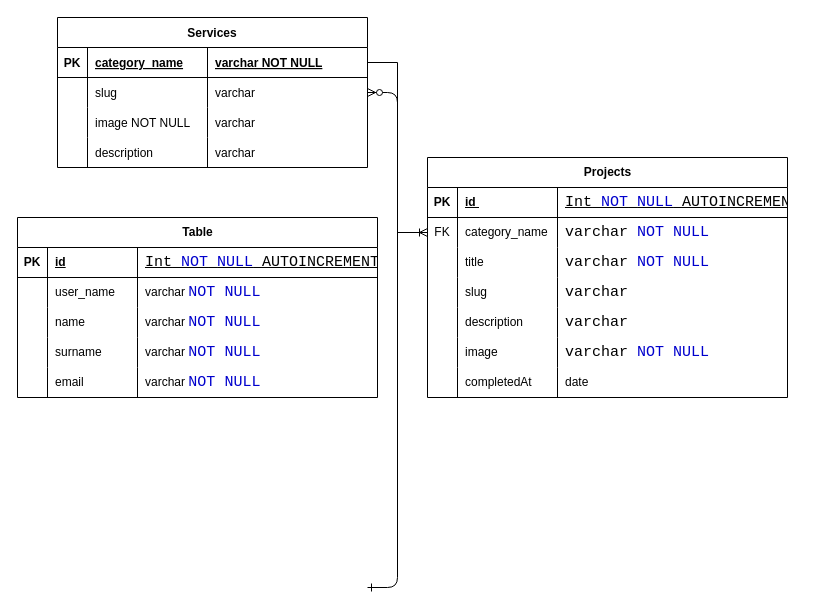
ShifterNathan/consulper_uy_remastered keeps this draw.io diagram as backend/Untitled Diagram.drawio. Above is the earlier version. Source tidied: cells renumbered, new cells numbered last; positions are measured from the earlier drawing's top-left corner, leaving out a move shared by most shapes. Both pictures are drawn from the tidied source at 100%, with x=0, y=0 at pixel (17, 17).
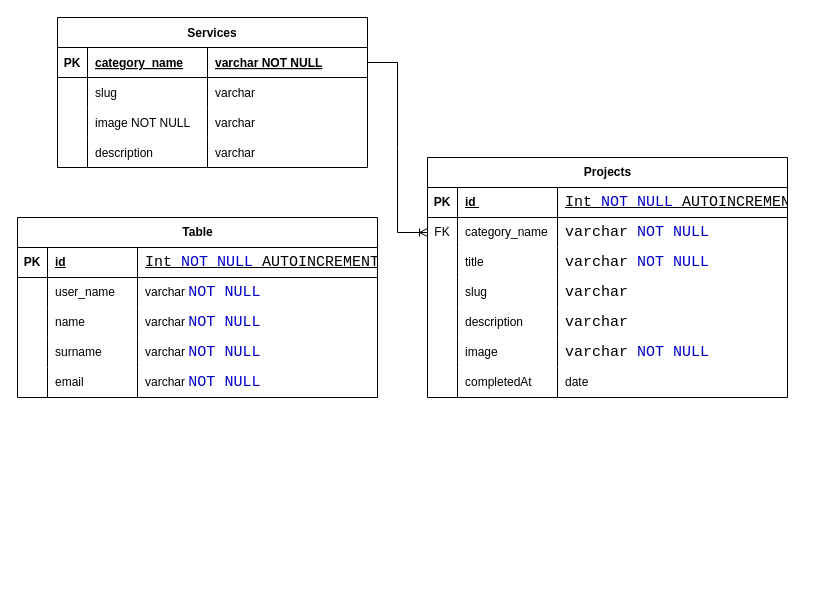
After the change.

The change refers to these unchanged cells:
```xml
<mxCell id="8" style="shape=partialRectangle;fillColor=none;points=[[0,0.5],[1,0.5]];portConstraint=eastwest;top=0;left=0;right=0;bottom=0;" parent="3" vertex="1">
  <mxGeometry y="60" width="310" height="30" as="geometry" />
</mxCell>
```

Diff of the diagram source:
```diff
@@
-    <mxCell id="2" style="edgeStyle=entityRelationEdgeStyle;endArrow=ERzeroToMany;startArrow=ERone;endFill=1;startFill=0;" parent="1" edge="1" target="8">
-      <mxGeometry relative="1" as="geometry">
-        <mxPoint x="350" y="570" as="sourcePoint" />
-      </mxGeometry>
-    </mxCell>
```
